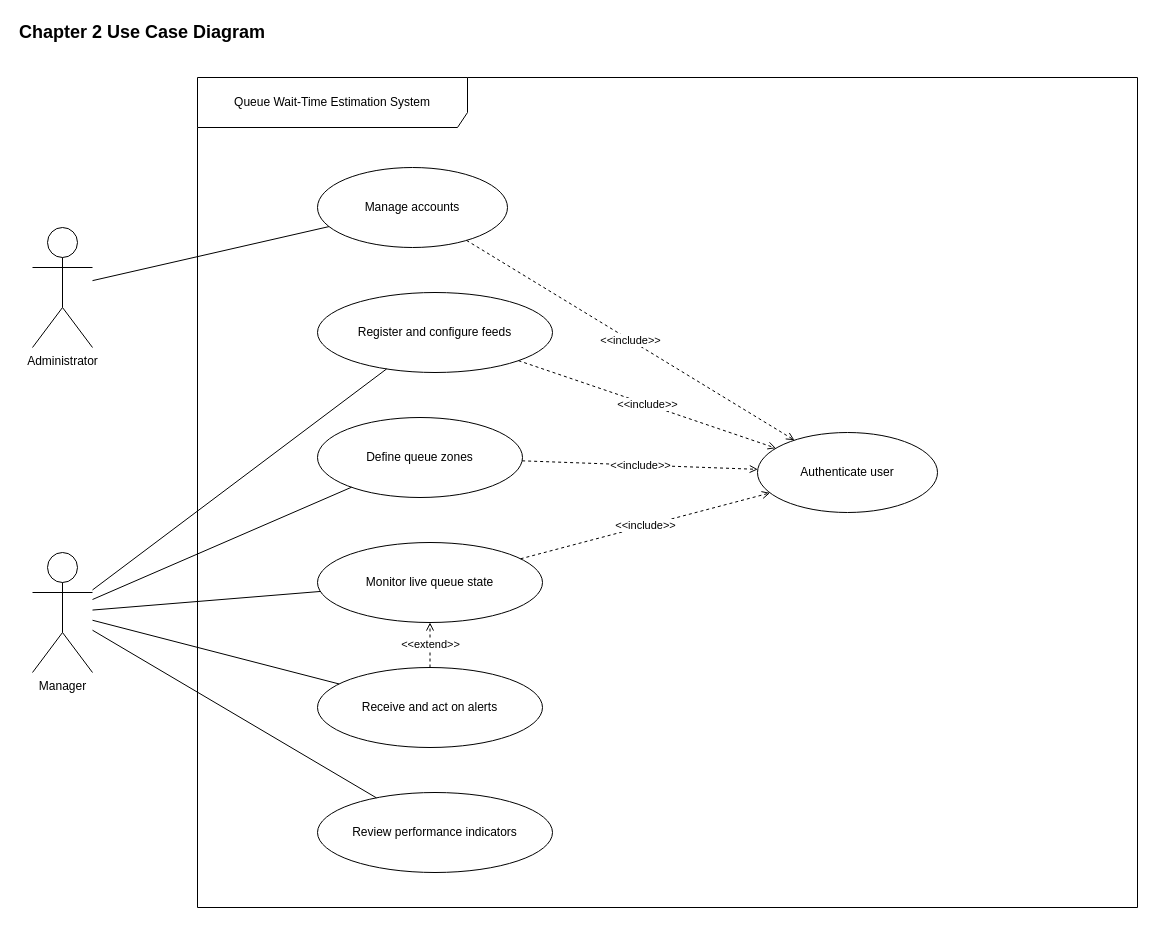
Before: report-latex/figures/drawio/chapter2_use_case.drawio in Salmen-BA21/Queue-Wait-Time-Estimation, a draw.io diagram. Source tidied: cells renumbered, new cells numbered last; positions are measured from the earlier drawing's top-left corner, leaving out a move shared by most shapes. Both pictures are drawn from the tidied source at 100%, with x=0, y=0 at pixel (17, 17).
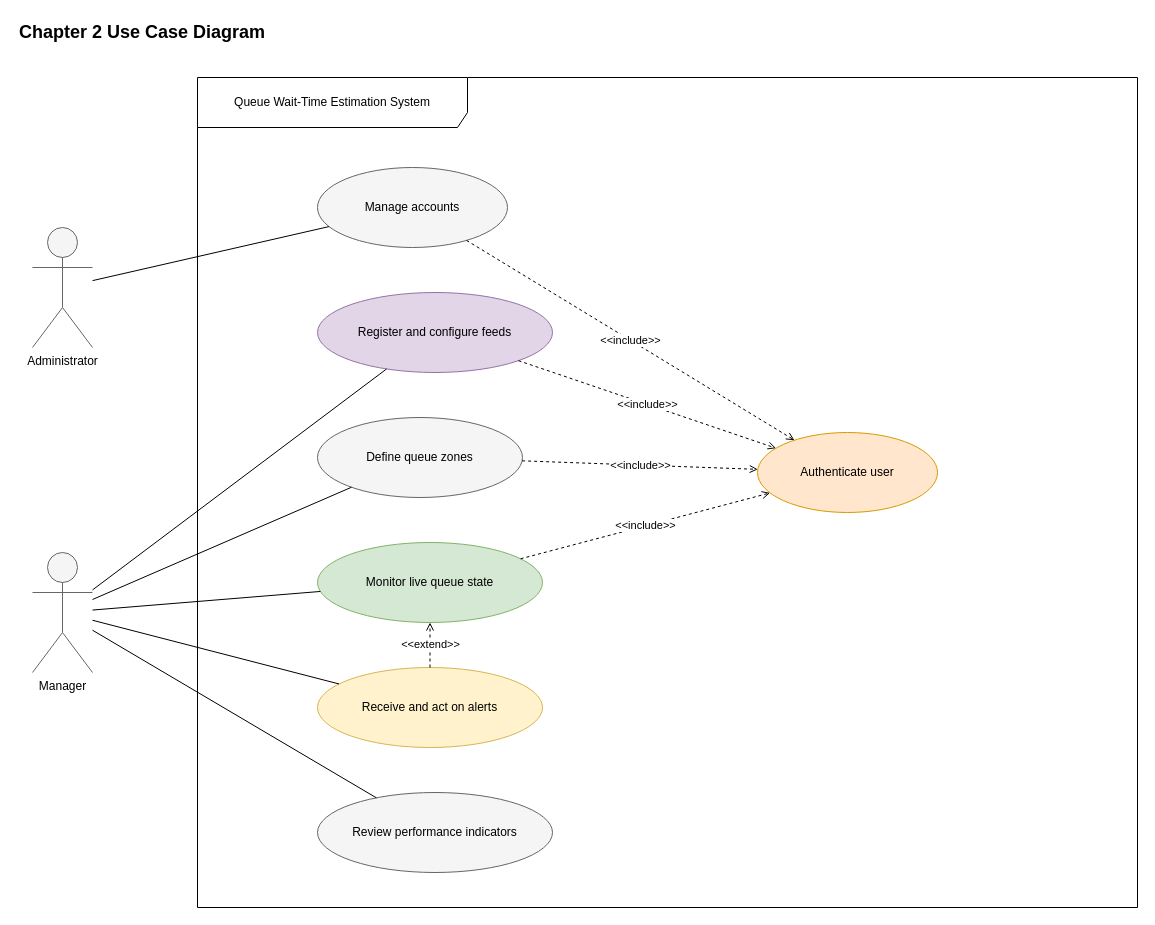
The same page after the edit.

Unchanged cells that the change refers to:
```xml
<mxCell id="5" value="Queue Wait-Time Estimation System" style="shape=umlFrame;whiteSpace=wrap;html=1;width=270;height=50;" parent="1" vertex="1">
  <mxGeometry x="180" y="60" width="940" height="830" as="geometry" />
</mxCell>
```

Diff of the diagram source:
```diff
@@
-    <mxCell id="3" value="Administrator" style="shape=umlActor;verticalLabelPosition=bottom;verticalAlign=top;html=1;" parent="1" vertex="1">
+    <mxCell id="3" value="Administrator" style="shape=umlActor;verticalLabelPosition=bottom;verticalAlign=top;html=1;fillColor=#f5f5f5;strokeColor=#666666;" parent="1" vertex="1">
       <mxGeometry x="15" y="210" width="60" height="120" as="geometry" />
     </mxCell>
-    <mxCell id="4" value="Manager" style="shape=umlActor;verticalLabelPosition=bottom;verticalAlign=top;html=1;" parent="1" vertex="1">
+    <mxCell id="4" value="Manager" style="shape=umlActor;verticalLabelPosition=bottom;verticalAlign=top;html=1;fillColor=#f5f5f5;strokeColor=#666666;" parent="1" vertex="1">
       <mxGeometry x="15" y="535" width="60" height="120" as="geometry" />
     </mxCell>
@@
-    <mxCell id="6" value="Manage accounts" style="ellipse;whiteSpace=wrap;html=1;" parent="5" vertex="1">
+    <mxCell id="6" value="Manage accounts" style="ellipse;whiteSpace=wrap;html=1;fillColor=#f5f5f5;strokeColor=#666666;" parent="5" vertex="1">
       <mxGeometry x="120" y="90" width="190" height="80" as="geometry" />
     </mxCell>
-    <mxCell id="7" value="Register and configure feeds" style="ellipse;whiteSpace=wrap;html=1;" parent="5" vertex="1">
+    <mxCell id="7" value="Register and configure feeds" style="ellipse;whiteSpace=wrap;html=1;fillColor=#e1d5e7;strokeColor=#9673a6;" parent="5" vertex="1">
       <mxGeometry x="120" y="215" width="235" height="80" as="geometry" />
     </mxCell>
-    <mxCell id="8" value="Define queue zones" style="ellipse;whiteSpace=wrap;html=1;" parent="5" vertex="1">
+    <mxCell id="8" value="Define queue zones" style="ellipse;whiteSpace=wrap;html=1;fillColor=#f5f5f5;strokeColor=#666666;" parent="5" vertex="1">
       <mxGeometry x="120" y="340" width="205" height="80" as="geometry" />
     </mxCell>
-    <mxCell id="9" value="Monitor live queue state" style="ellipse;whiteSpace=wrap;html=1;" parent="5" vertex="1">
+    <mxCell id="9" value="Monitor live queue state" style="ellipse;whiteSpace=wrap;html=1;fillColor=#d5e8d4;strokeColor=#82b366;" parent="5" vertex="1">
       <mxGeometry x="120" y="465" width="225" height="80" as="geometry" />
     </mxCell>
-    <mxCell id="10" value="Receive and act on alerts" style="ellipse;whiteSpace=wrap;html=1;" parent="5" vertex="1">
+    <mxCell id="10" value="Receive and act on alerts" style="ellipse;whiteSpace=wrap;html=1;fillColor=#fff2cc;strokeColor=#d6b656;" parent="5" vertex="1">
       <mxGeometry x="120" y="590" width="225" height="80" as="geometry" />
     </mxCell>
-    <mxCell id="11" value="Review performance indicators" style="ellipse;whiteSpace=wrap;html=1;" parent="5" vertex="1">
+    <mxCell id="11" value="Review performance indicators" style="ellipse;whiteSpace=wrap;html=1;fillColor=#f5f5f5;strokeColor=#666666;" parent="5" vertex="1">
       <mxGeometry x="120" y="715" width="235" height="80" as="geometry" />
     </mxCell>
-    <mxCell id="12" value="Authenticate user" style="ellipse;whiteSpace=wrap;html=1;" parent="5" vertex="1">
+    <mxCell id="12" value="Authenticate user" style="ellipse;whiteSpace=wrap;html=1;fillColor=#ffe6cc;strokeColor=#d79b00;" parent="5" vertex="1">
       <mxGeometry x="560" y="355" width="180" height="80" as="geometry" />
     </mxCell>
```
